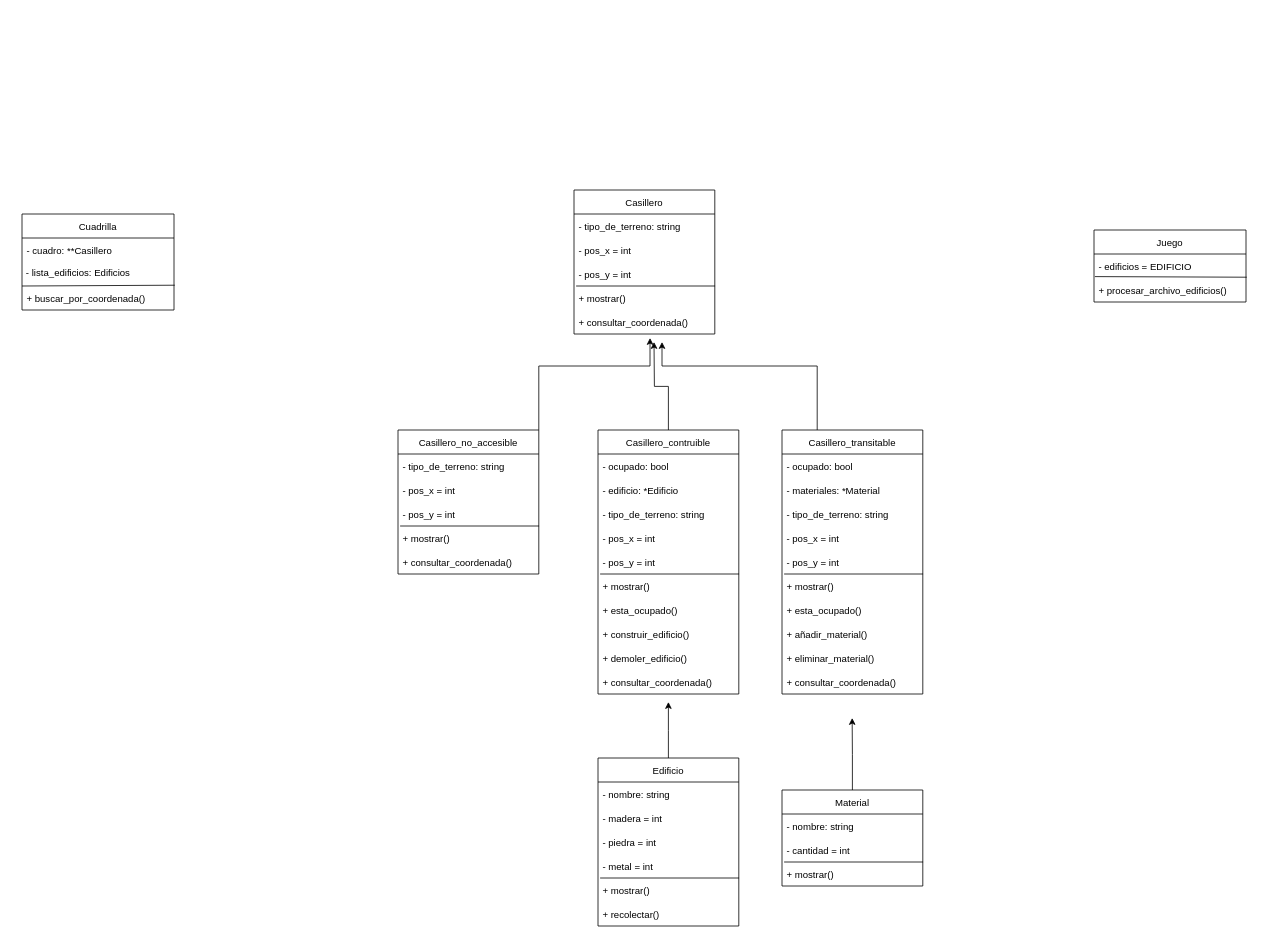
Earlier version of the draw.io diagram Untitled Diagram.drawio (Rbartoncello/tp_2_ayp2). Source tidied: cells renumbered, new cells numbered last; positions are measured from the earlier drawing's top-left corner, leaving out a move shared by most shapes. Both pictures are drawn from the tidied source at 80%, with x=0, y=0 at pixel (22, 190).
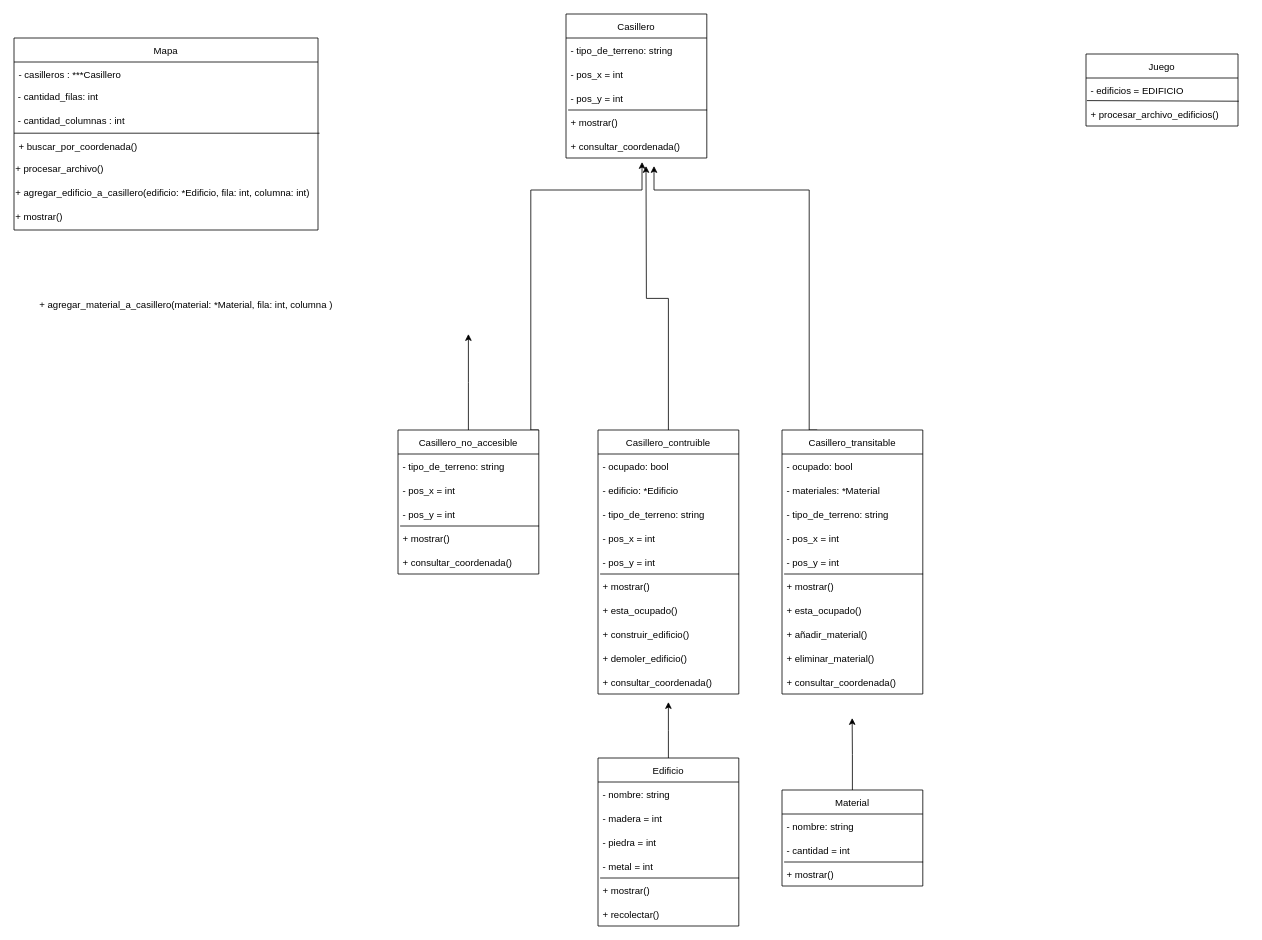
After the change.

Unchanged cells that the change refers to:
```xml
<mxCell id="3" value="Casillero_contruible" style="swimlane;fontStyle=0;horizontal=1;startSize=30;" parent="1" vertex="1">
  <mxGeometry x="720" y="300" width="176" height="330" as="geometry" />
</mxCell>
<mxCell id="21" value="Casillero_transitable" style="swimlane;fontStyle=0;horizontal=1;startSize=30;" parent="1" vertex="1">
  <mxGeometry x="950" y="300" width="176" height="330" as="geometry" />
</mxCell>
<mxCell id="34" value="Casillero_no_accesible" style="swimlane;fontStyle=0;horizontal=1;startSize=30;" parent="1" vertex="1">
  <mxGeometry x="470" y="300" width="176" height="180" as="geometry" />
</mxCell>
<mxCell id="47" value="+ consultar_coordenada()" style="text;strokeColor=none;fillColor=none;align=left;verticalAlign=middle;spacingLeft=4;spacingRight=4;overflow=hidden;points=[[0,0.5],[1,0.5]];portConstraint=eastwest;" parent="41" vertex="1">
  <mxGeometry y="150" width="176" height="30" as="geometry" />
</mxCell>
```

What changed in the source:
```diff
@@
     <mxCell id="2" style="edgeStyle=orthogonalEdgeStyle;rounded=0;jettySize=auto;html=1;exitX=0.5;exitY=0;exitDx=0;exitDy=0;" parent="1" edge="1" source="3">
       <mxGeometry relative="1" as="geometry">
-        <mxPoint x="790" y="190" as="targetPoint" />
+        <mxPoint x="780" y="-30" as="targetPoint" />
       </mxGeometry>
     </mxCell>
@@
-    <mxCell id="15" value="Cuadrilla" style="swimlane;fontStyle=0;horizontal=1;startSize=30;" parent="1" vertex="1">
-      <mxGeometry y="30" width="190" height="120" as="geometry" />
+    <mxCell id="15" value="Mapa" style="swimlane;fontStyle=0;horizontal=1;startSize=30;" parent="1" vertex="1">
+      <mxGeometry x="-10" y="-190" width="380" height="240" as="geometry" />
     </mxCell>
-    <mxCell id="16" value="- cuadro: **Casillero " style="text;strokeColor=none;fillColor=none;align=left;verticalAlign=middle;spacingLeft=4;spacingRight=4;overflow=hidden;" parent="15" vertex="1">
-      <mxGeometry y="30" width="190" height="30" as="geometry" />
+    <mxCell id="16" value="- casilleros : ***Casillero " style="text;strokeColor=none;fillColor=none;align=left;verticalAlign=middle;spacingLeft=4;spacingRight=4;overflow=hidden;" parent="15" vertex="1">
+      <mxGeometry y="30" width="380" height="30" as="geometry" />
     </mxCell>
-    <mxCell id="17" value="&amp;nbsp;- lista_edificios: Edificios" style="text;whiteSpace=wrap;html=1;" parent="15" vertex="1">
-      <mxGeometry y="60" width="190" height="30" as="geometry" />
+    <mxCell id="17" value="&amp;nbsp;- cantidad_filas: int" style="text;whiteSpace=wrap;html=1;" parent="15" vertex="1">
+      <mxGeometry y="60" width="380" height="30" as="geometry" />
     </mxCell>
+    <mxCell id="67" value="&amp;nbsp;- cantidad_columnas : int" style="text;whiteSpace=wrap;html=1;" parent="15" vertex="1">
+      <mxGeometry y="90" width="380" height="30" as="geometry" />
+    </mxCell>
     <mxCell id="18" value="+ buscar_por_coordenada()" style="text;strokeColor=none;fillColor=none;align=left;verticalAlign=middle;spacingLeft=4;spacingRight=4;overflow=hidden;points=[[0,0.5],[1,0.5]];portConstraint=eastwest;" parent="15" vertex="1">
-      <mxGeometry y="90" width="190" height="30" as="geometry" />
+      <mxGeometry y="120" width="380" height="30" as="geometry" />
     </mxCell>
-    <mxCell id="19" style="endArrow=none;html=1;rounded=0;entryX=1.005;entryY=-0.033;entryDx=0;entryDy=0;entryPerimeter=0;exitX=0;exitY=1;exitDx=0;exitDy=0;" parent="15" edge="1" source="17" target="18">
-      <mxGeometry relative="1" as="geometry" />
+    <mxCell id="19" style="endArrow=none;html=1;rounded=0;entryX=1.005;entryY=-0.033;entryDx=0;entryDy=0;entryPerimeter=0;" parent="15" edge="1" target="18">
+      <mxGeometry relative="1" as="geometry">
+        <mxPoint y="119" as="sourcePoint" />
+        <Array as="points">
+          <mxPoint x="180" y="119" />
+        </Array>
+      </mxGeometry>
     </mxCell>
+    <mxCell id="68" value="+ procesar_archivo()&amp;nbsp;" style="text;whiteSpace=wrap;html=1;" parent="15" vertex="1">
+      <mxGeometry y="150" width="380" height="30" as="geometry" />
+    </mxCell>
+    <mxCell id="69" value="+ agregar_edificio_a_casillero(edificio: *Edificio, fila: int, columna: int)" style="text;whiteSpace=wrap;html=1;" parent="15" vertex="1">
+      <mxGeometry y="180" width="380" height="30" as="geometry" />
+    </mxCell>
+    <mxCell id="70" value="+ mostrar()" style="text;whiteSpace=wrap;html=1;" parent="15" vertex="1">
+      <mxGeometry y="210" width="380" height="30" as="geometry" />
+    </mxCell>
     <mxCell id="20" style="edgeStyle=orthogonalEdgeStyle;rounded=0;jettySize=auto;html=1;exitX=0.25;exitY=0;exitDx=0;exitDy=0;" parent="1" edge="1" source="21">
       <mxGeometry relative="1" as="geometry">
-        <mxPoint x="800" y="190" as="targetPoint" />
+        <mxPoint x="790" y="-30" as="targetPoint" />
         <Array as="points">
-          <mxPoint x="994" y="220" />
-          <mxPoint x="800" y="220" />
+          <mxPoint x="984" />
+          <mxPoint x="790" />
         </Array>
       </mxGeometry>
     </mxCell>
@@
     <mxCell id="33" style="edgeStyle=orthogonalEdgeStyle;rounded=0;jettySize=auto;html=1;exitX=1;exitY=0;exitDx=0;exitDy=0;entryX=0.54;entryY=1.167;entryDx=0;entryDy=0;entryPerimeter=0;" parent="1" edge="1" source="34" target="47">
       <mxGeometry relative="1" as="geometry">
         <Array as="points">
-          <mxPoint x="646" y="220" />
-          <mxPoint x="785" y="220" />
+          <mxPoint x="636" />
+          <mxPoint x="775" />
         </Array>
       </mxGeometry>
     </mxCell>
+    <mxCell id="71" style="edgeStyle=orthogonalEdgeStyle;rounded=0;jettySize=auto;html=1;" parent="1" edge="1" source="34">
+      <mxGeometry relative="1" as="geometry">
+        <mxPoint x="558" y="180" as="targetPoint" />
+      </mxGeometry>
+    </mxCell>
@@
     <mxCell id="41" value="Casillero" style="swimlane;fontStyle=0;horizontal=1;startSize=30;" parent="1" vertex="1">
-      <mxGeometry x="690" width="176" height="180" as="geometry" />
+      <mxGeometry x="680" y="-220" width="176" height="180" as="geometry" />
     </mxCell>
@@
     <mxCell id="63" value="Juego" style="swimlane;fontStyle=0;horizontal=1;startSize=30;" parent="1" vertex="1">
-      <mxGeometry x="1340" y="50" width="190" height="90" as="geometry" />
+      <mxGeometry x="1330" y="-170" width="190" height="90" as="geometry" />
     </mxCell>
@@
+    <mxCell id="72" value="+ agregar_material_a_casillero(material: *Material, fila: int, columna )" style="text;whiteSpace=wrap;html=1;" parent="1" vertex="1">
+      <mxGeometry x="20" y="130" width="500" height="30" as="geometry" />
+    </mxCell>
```
